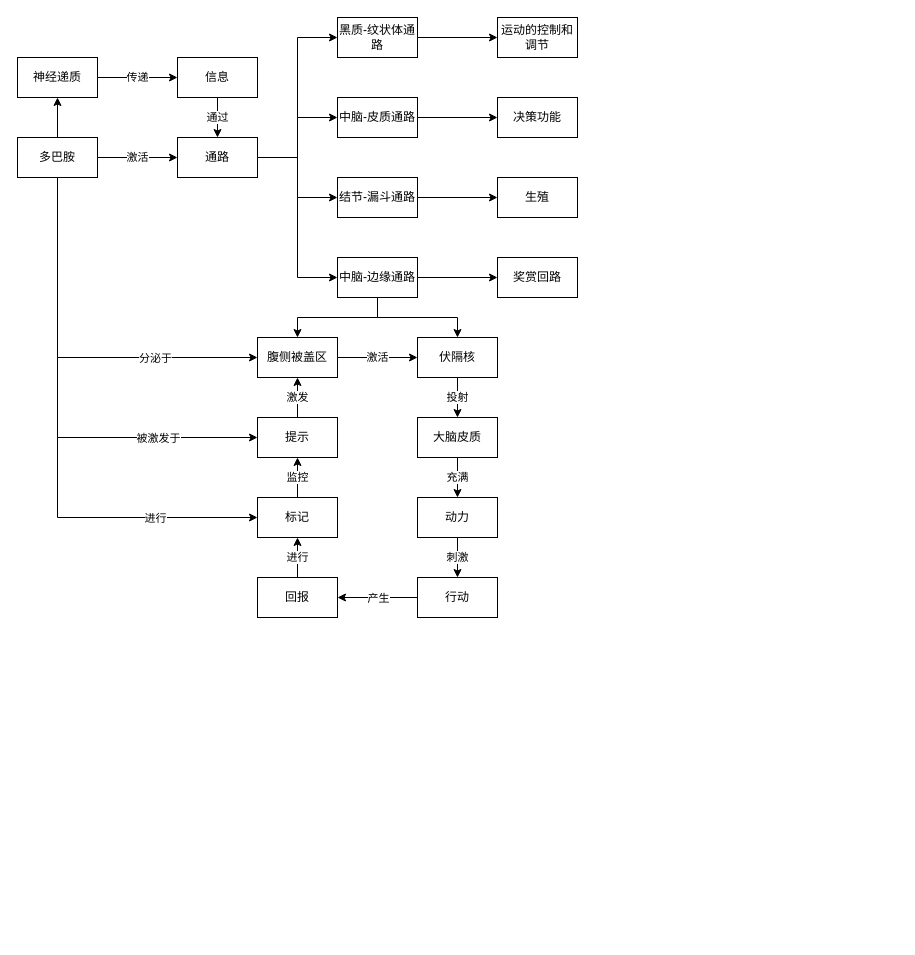
Before: 大脑原理-反馈.drawio in youyusan/open_mind, a draw.io diagram. Source tidied: cells renumbered, new cells numbered last; positions are measured from the earlier drawing's top-left corner, leaving out a move shared by most shapes. Both pictures are drawn from the tidied source at 100%, with x=0, y=0 at pixel (17, 17).
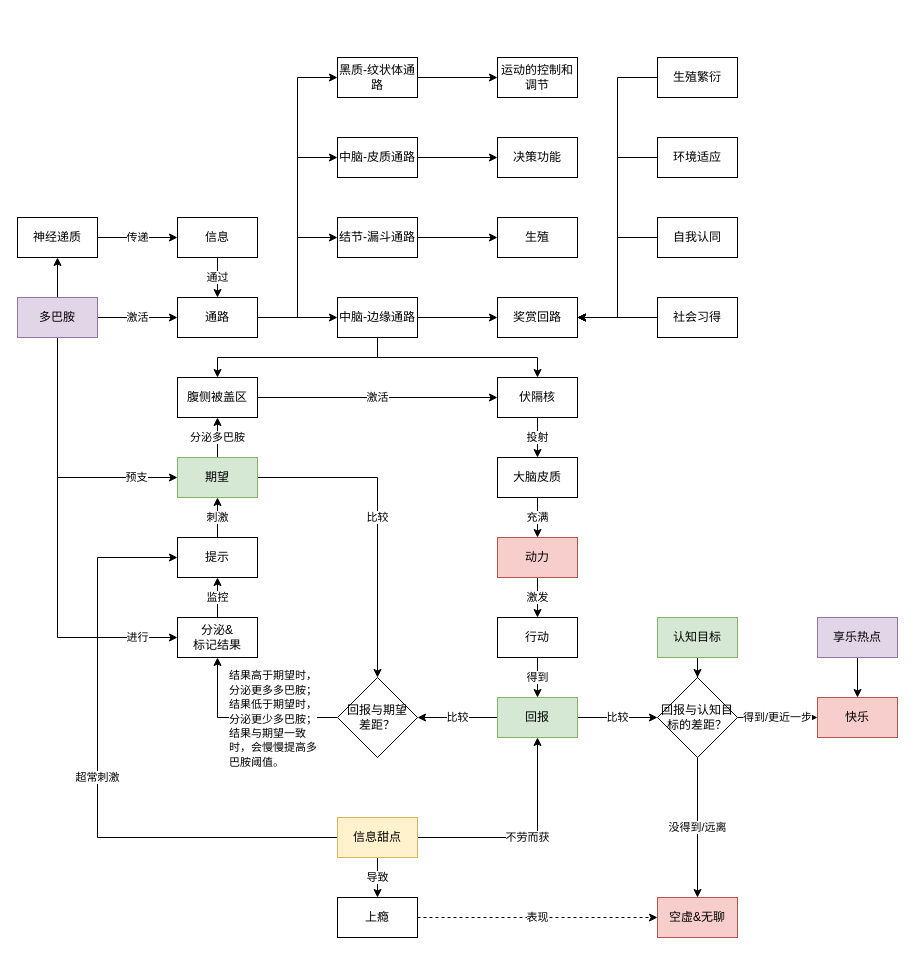
Above is the later version.

Commit message:
更新大脑原理-反馈.drawio

What changed in the source:
```diff
@@
-    <mxCell id="4" style="edgeStyle=orthogonalEdgeStyle;rounded=0;jettySize=auto;html=1;entryX=0;entryY=0.5;entryDx=0;entryDy=0;" parent="1" edge="1" source="10" target="35">
-      <mxGeometry relative="1" as="geometry">
-        <Array as="points">
-          <mxPoint x="40" y="340" />
-        </Array>
-      </mxGeometry>
-    </mxCell>
-    <mxCell id="5" value="分泌于" style="edgeLabel;html=1;align=center;verticalAlign=middle;" parent="4" vertex="1">
-      <mxGeometry x="0.46" relative="1" as="geometry" />
-    </mxCell>
+    <mxCell id="50" style="edgeStyle=orthogonalEdgeStyle;rounded=0;jettySize=auto;html=1;entryX=0;entryY=0.5;entryDx=0;entryDy=0;" parent="1" edge="1" source="10" target="69">
+      <mxGeometry relative="1" as="geometry">
+        <Array as="points">
+          <mxPoint x="40" y="460" />
+        </Array>
+      </mxGeometry>
+    </mxCell>
+    <mxCell id="51" value="预支" style="edgeLabel;html=1;align=center;verticalAlign=middle;" parent="50" vertex="1">
+      <mxGeometry x="0.71" y="-1" relative="1" as="geometry">
+        <mxPoint x="-4" y="-2" as="offset" />
+      </mxGeometry>
+    </mxCell>
     <mxCell id="6" style="edgeStyle=orthogonalEdgeStyle;rounded=0;jettySize=auto;html=1;entryX=0;entryY=0.5;entryDx=0;entryDy=0;" parent="1" edge="1" source="10" target="47">
       <mxGeometry relative="1" as="geometry">
         <Array as="points">
-          <mxPoint x="40" y="500" />
+          <mxPoint x="40" y="620" />
         </Array>
       </mxGeometry>
     </mxCell>
     <mxCell id="7" value="进行" style="edgeLabel;html=1;align=center;verticalAlign=middle;" parent="6" vertex="1">
-      <mxGeometry x="0.62" relative="1" as="geometry" />
+      <mxGeometry x="0.81" y="-1" relative="1" as="geometry">
+        <mxPoint x="-1" y="-2" as="offset" />
+      </mxGeometry>
     </mxCell>
-    <mxCell id="8" style="edgeStyle=orthogonalEdgeStyle;rounded=0;jettySize=auto;html=1;entryX=0;entryY=0.5;entryDx=0;entryDy=0;" parent="1" edge="1" source="10" target="49">
-      <mxGeometry relative="1" as="geometry">
-        <Array as="points">
-          <mxPoint x="40" y="420" />
-        </Array>
-      </mxGeometry>
-    </mxCell>
-    <mxCell id="9" value="被激发于" style="edgeLabel;html=1;align=center;verticalAlign=middle;" parent="8" vertex="1">
-      <mxGeometry x="0.56" relative="1" as="geometry">
-        <mxPoint x="1" as="offset" />
-      </mxGeometry>
-    </mxCell>
-    <mxCell id="10" value="多巴胺" style="rounded=0;whiteSpace=wrap;html=1;" parent="1" vertex="1">
-      <mxGeometry y="120" width="80" height="40" as="geometry" />
+    <mxCell id="10" value="多巴胺" style="rounded=0;whiteSpace=wrap;html=1;fillColor=#e1d5e7;strokeColor=#9673a6;" parent="1" vertex="1">
+      <mxGeometry y="280" width="80" height="40" as="geometry" />
     </mxCell>
@@
     <mxCell id="15" value="通路" style="rounded=0;whiteSpace=wrap;html=1;" parent="1" vertex="1">
-      <mxGeometry x="160" y="120" width="80" height="40" as="geometry" />
+      <mxGeometry x="160" y="280" width="80" height="40" as="geometry" />
     </mxCell>
@@
     <mxCell id="17" value="神经递质" style="rounded=0;whiteSpace=wrap;html=1;" parent="1" vertex="1">
-      <mxGeometry y="40" width="80" height="40" as="geometry" />
+      <mxGeometry y="200" width="80" height="40" as="geometry" />
     </mxCell>
@@
     <mxCell id="19" value="信息" style="rounded=0;whiteSpace=wrap;html=1;" parent="1" vertex="1">
-      <mxGeometry x="160" y="40" width="80" height="40" as="geometry" />
+      <mxGeometry x="160" y="200" width="80" height="40" as="geometry" />
     </mxCell>
@@
     <mxCell id="21" value="黑质-纹状体通路" style="rounded=0;whiteSpace=wrap;html=1;" parent="1" vertex="1">
-      <mxGeometry x="320" width="80" height="40" as="geometry" />
+      <mxGeometry x="320" y="40" width="80" height="40" as="geometry" />
     </mxCell>
@@
     <mxCell id="23" value="中脑-皮质通路" style="rounded=0;whiteSpace=wrap;html=1;" parent="1" vertex="1">
-      <mxGeometry x="320" y="80" width="80" height="40" as="geometry" />
+      <mxGeometry x="320" y="120" width="80" height="40" as="geometry" />
     </mxCell>
@@
     <mxCell id="25" value="结节-漏斗通路" style="rounded=0;whiteSpace=wrap;html=1;" parent="1" vertex="1">
-      <mxGeometry x="320" y="160" width="80" height="40" as="geometry" />
+      <mxGeometry x="320" y="200" width="80" height="40" as="geometry" />
     </mxCell>
@@
     <mxCell id="27" style="edgeStyle=orthogonalEdgeStyle;rounded=0;jettySize=auto;html=1;" parent="1" edge="1" source="29" target="35">
-      <mxGeometry relative="1" as="geometry" />
+      <mxGeometry relative="1" as="geometry">
+        <Array as="points">
+          <mxPoint x="360" y="340" />
+          <mxPoint x="200" y="340" />
+        </Array>
+      </mxGeometry>
     </mxCell>
     <mxCell id="28" style="edgeStyle=orthogonalEdgeStyle;rounded=0;jettySize=auto;html=1;" parent="1" edge="1" source="29" target="37">
-      <mxGeometry relative="1" as="geometry" />
+      <mxGeometry relative="1" as="geometry">
+        <Array as="points">
+          <mxPoint x="360" y="340" />
+          <mxPoint x="520" y="340" />
+        </Array>
+      </mxGeometry>
     </mxCell>
     <mxCell id="29" value="中脑-边缘通路" style="rounded=0;whiteSpace=wrap;html=1;" parent="1" vertex="1">
-      <mxGeometry x="320" y="240" width="80" height="40" as="geometry" />
+      <mxGeometry x="320" y="280" width="80" height="40" as="geometry" />
     </mxCell>
     <mxCell id="30" value="运动的控制和调节" style="rounded=0;whiteSpace=wrap;html=1;" parent="1" vertex="1">
-      <mxGeometry x="480" width="80" height="40" as="geometry" />
+      <mxGeometry x="480" y="40" width="80" height="40" as="geometry" />
     </mxCell>
     <mxCell id="31" value="决策功能" style="rounded=0;whiteSpace=wrap;html=1;" parent="1" vertex="1">
-      <mxGeometry x="480" y="80" width="80" height="40" as="geometry" />
+      <mxGeometry x="480" y="120" width="80" height="40" as="geometry" />
     </mxCell>
     <mxCell id="32" value="生殖" style="rounded=0;whiteSpace=wrap;html=1;" parent="1" vertex="1">
-      <mxGeometry x="480" y="160" width="80" height="40" as="geometry" />
+      <mxGeometry x="480" y="200" width="80" height="40" as="geometry" />
     </mxCell>
+    <mxCell id="52" style="edgeStyle=orthogonalEdgeStyle;rounded=0;jettySize=auto;html=1;entryX=0;entryY=0.5;entryDx=0;entryDy=0;startArrow=classic;startFill=1;endArrow=none;endFill=0;" parent="1" edge="1" source="33" target="58">
+      <mxGeometry relative="1" as="geometry" />
+    </mxCell>
+    <mxCell id="53" style="edgeStyle=orthogonalEdgeStyle;rounded=0;jettySize=auto;html=1;entryX=0;entryY=0.5;entryDx=0;entryDy=0;startArrow=classic;startFill=1;endArrow=none;endFill=0;" parent="1" edge="1" source="33" target="60">
+      <mxGeometry relative="1" as="geometry" />
+    </mxCell>
+    <mxCell id="54" style="edgeStyle=orthogonalEdgeStyle;rounded=0;jettySize=auto;html=1;entryX=0;entryY=0.5;entryDx=0;entryDy=0;startArrow=classic;startFill=1;endArrow=none;endFill=0;" parent="1" edge="1" source="33" target="59">
+      <mxGeometry relative="1" as="geometry" />
+    </mxCell>
+    <mxCell id="55" style="edgeStyle=orthogonalEdgeStyle;rounded=0;jettySize=auto;html=1;entryX=0;entryY=0.5;entryDx=0;entryDy=0;startArrow=classic;startFill=1;endArrow=none;endFill=0;" parent="1" edge="1" source="33" target="61">
+      <mxGeometry relative="1" as="geometry" />
+    </mxCell>
     <mxCell id="33" value="奖赏回路" style="rounded=0;whiteSpace=wrap;html=1;" parent="1" vertex="1">
-      <mxGeometry x="480" y="240" width="80" height="40" as="geometry" />
+      <mxGeometry x="480" y="280" width="80" height="40" as="geometry" />
     </mxCell>
@@
     <mxCell id="35" value="腹侧被盖区" style="rounded=0;whiteSpace=wrap;html=1;" parent="1" vertex="1">
-      <mxGeometry x="240" y="320" width="80" height="40" as="geometry" />
+      <mxGeometry x="160" y="360" width="80" height="40" as="geometry" />
     </mxCell>
@@
     <mxCell id="37" value="伏隔核" style="rounded=0;whiteSpace=wrap;html=1;" parent="1" vertex="1">
-      <mxGeometry x="400" y="320" width="80" height="40" as="geometry" />
+      <mxGeometry x="480" y="360" width="80" height="40" as="geometry" />
     </mxCell>
@@
     <mxCell id="39" value="大脑皮质" style="rounded=0;whiteSpace=wrap;html=1;" parent="1" vertex="1">
-      <mxGeometry x="400" y="400" width="80" height="40" as="geometry" />
+      <mxGeometry x="480" y="440" width="80" height="40" as="geometry" />
     </mxCell>
-    <mxCell id="40" value="刺激" style="edgeStyle=orthogonalEdgeStyle;rounded=0;jettySize=auto;html=1;" parent="1" edge="1" source="41" target="43">
+    <mxCell id="40" value="激发" style="edgeStyle=orthogonalEdgeStyle;rounded=0;jettySize=auto;html=1;" parent="1" edge="1" source="41" target="43">
       <mxGeometry relative="1" as="geometry" />
     </mxCell>
-    <mxCell id="41" value="动力" style="rounded=0;whiteSpace=wrap;html=1;" parent="1" vertex="1">
-      <mxGeometry x="400" y="480" width="80" height="40" as="geometry" />
+    <mxCell id="41" value="动力" style="rounded=0;whiteSpace=wrap;html=1;fillColor=#f8cecc;strokeColor=#b85450;" parent="1" vertex="1">
+      <mxGeometry x="480" y="520" width="80" height="40" as="geometry" />
     </mxCell>
-    <mxCell id="42" value="产生" style="edgeStyle=orthogonalEdgeStyle;rounded=0;jettySize=auto;html=1;entryX=1;entryY=0.5;entryDx=0;entryDy=0;" parent="1" edge="1" source="43">
-      <mxGeometry relative="1" as="geometry">
-        <mxPoint x="320" y="580" as="targetPoint" />
-      </mxGeometry>
-    </mxCell>
+    <mxCell id="56" value="得到" style="edgeStyle=orthogonalEdgeStyle;rounded=0;jettySize=auto;html=1;" parent="1" edge="1" source="43" target="45">
+      <mxGeometry relative="1" as="geometry" />
+    </mxCell>
     <mxCell id="43" value="行动" style="rounded=0;whiteSpace=wrap;html=1;" parent="1" vertex="1">
-      <mxGeometry x="400" y="560" width="80" height="40" as="geometry" />
+      <mxGeometry x="480" y="600" width="80" height="40" as="geometry" />
     </mxCell>
-    <mxCell id="44" value="进行" style="edgeStyle=orthogonalEdgeStyle;rounded=0;jettySize=auto;html=1;" parent="1" edge="1" source="45" target="47">
-      <mxGeometry relative="1" as="geometry" />
-    </mxCell>
-    <mxCell id="45" value="回报" style="rounded=0;whiteSpace=wrap;html=1;" parent="1" vertex="1">
-      <mxGeometry x="240" y="560" width="80" height="40" as="geometry" />
-    </mxCell>
@@
-    <mxCell id="47" value="标记" style="rounded=0;whiteSpace=wrap;html=1;" parent="1" vertex="1">
-      <mxGeometry x="240" y="480" width="80" height="40" as="geometry" />
+    <mxCell id="47" value="分泌&amp;amp;&lt;br&gt;标记结果" style="rounded=0;whiteSpace=wrap;html=1;" parent="1" vertex="1">
+      <mxGeometry x="160" y="600" width="80" height="40" as="geometry" />
     </mxCell>
-    <mxCell id="48" value="激发" style="edgeStyle=orthogonalEdgeStyle;rounded=0;jettySize=auto;html=1;" parent="1" edge="1" source="49" target="35">
-      <mxGeometry relative="1" as="geometry" />
-    </mxCell>
+    <mxCell id="57" value="刺激" style="edgeStyle=orthogonalEdgeStyle;rounded=0;jettySize=auto;html=1;" parent="1" edge="1" source="49" target="69">
+      <mxGeometry relative="1" as="geometry" />
+    </mxCell>
     <mxCell id="49" value="提示" style="rounded=0;whiteSpace=wrap;html=1;" parent="1" vertex="1">
-      <mxGeometry x="240" y="400" width="80" height="40" as="geometry" />
+      <mxGeometry x="160" y="520" width="80" height="40" as="geometry" />
     </mxCell>
+    <mxCell id="58" value="生殖繁衍" style="rounded=0;whiteSpace=wrap;html=1;" parent="1" vertex="1">
+      <mxGeometry x="640" y="40" width="80" height="40" as="geometry" />
+    </mxCell>
+    <mxCell id="59" value="自我认同" style="rounded=0;whiteSpace=wrap;html=1;" parent="1" vertex="1">
+      <mxGeometry x="640" y="200" width="80" height="40" as="geometry" />
+    </mxCell>
+    <mxCell id="60" value="环境适应" style="rounded=0;whiteSpace=wrap;html=1;" parent="1" vertex="1">
+      <mxGeometry x="640" y="120" width="80" height="40" as="geometry" />
+    </mxCell>
+    <mxCell id="61" value="社会习得" style="rounded=0;whiteSpace=wrap;html=1;" parent="1" vertex="1">
+      <mxGeometry x="640" y="280" width="80" height="40" as="geometry" />
+    </mxCell>
+    <mxCell id="62" style="edgeStyle=orthogonalEdgeStyle;rounded=0;jettySize=auto;html=1;" parent="1" edge="1" source="63" target="64">
+      <mxGeometry relative="1" as="geometry" />
+    </mxCell>
+    <mxCell id="63" value="享乐热点" style="rounded=0;whiteSpace=wrap;html=1;fillColor=#e1d5e7;strokeColor=#9673a6;" parent="1" vertex="1">
+      <mxGeometry x="800" y="600" width="80" height="40" as="geometry" />
+    </mxCell>
+    <mxCell id="64" value="快乐" style="rounded=0;whiteSpace=wrap;html=1;fillColor=#f8cecc;strokeColor=#b85450;" parent="1" vertex="1">
+      <mxGeometry x="800" y="680" width="80" height="40" as="geometry" />
+    </mxCell>
+    <mxCell id="65" style="edgeStyle=orthogonalEdgeStyle;rounded=0;jettySize=auto;html=1;" parent="1" edge="1" source="66" target="77">
+      <mxGeometry relative="1" as="geometry" />
+    </mxCell>
+    <mxCell id="66" value="认知目标" style="rounded=0;whiteSpace=wrap;html=1;fillColor=#d5e8d4;strokeColor=#82b366;" parent="1" vertex="1">
+      <mxGeometry x="640" y="600" width="80" height="40" as="geometry" />
+    </mxCell>
+    <mxCell id="67" value="分泌多巴胺" style="edgeStyle=orthogonalEdgeStyle;rounded=0;jettySize=auto;html=1;" parent="1" edge="1" source="69" target="35">
+      <mxGeometry relative="1" as="geometry" />
+    </mxCell>
+    <mxCell id="68" value="比较" style="edgeStyle=orthogonalEdgeStyle;rounded=0;jettySize=auto;html=1;entryX=0.5;entryY=0;entryDx=0;entryDy=0;" parent="1" edge="1" source="69" target="73">
+      <mxGeometry relative="1" as="geometry" />
+    </mxCell>
+    <mxCell id="69" value="期望" style="rounded=0;whiteSpace=wrap;html=1;fillColor=#d5e8d4;strokeColor=#82b366;" parent="1" vertex="1">
+      <mxGeometry x="160" y="440" width="80" height="40" as="geometry" />
+    </mxCell>
+    <mxCell id="70" value="比较" style="edgeStyle=orthogonalEdgeStyle;rounded=0;jettySize=auto;html=1;entryX=1;entryY=0.5;entryDx=0;entryDy=0;" parent="1" edge="1" source="45" target="73">
+      <mxGeometry relative="1" as="geometry" />
+    </mxCell>
+    <mxCell id="71" value="比较" style="edgeStyle=orthogonalEdgeStyle;rounded=0;jettySize=auto;html=1;" parent="1" edge="1" source="45" target="77">
+      <mxGeometry relative="1" as="geometry" />
+    </mxCell>
+    <mxCell id="45" value="回报" style="rounded=0;whiteSpace=wrap;html=1;fillColor=#d5e8d4;strokeColor=#82b366;" parent="1" vertex="1">
+      <mxGeometry x="480" y="680" width="80" height="40" as="geometry" />
+    </mxCell>
+    <mxCell id="72" style="edgeStyle=orthogonalEdgeStyle;rounded=0;jettySize=auto;html=1;" parent="1" edge="1" source="73" target="47">
+      <mxGeometry x="0.33" y="32" relative="1" as="geometry">
+        <mxPoint x="2" y="10" as="offset" />
+      </mxGeometry>
+    </mxCell>
+    <mxCell id="73" value="回报与期望&lt;br&gt;差距？" style="rhombus;whiteSpace=wrap;html=1;" parent="1" vertex="1">
+      <mxGeometry x="320" y="660" width="80" height="80" as="geometry" />
+    </mxCell>
+    <mxCell id="74" value="&lt;br style=&quot;border-color: var(--border-color); color: rgb(0, 0, 0); font-family: Helvetica; font-size: 11px; font-style: normal; font-variant-ligatures: normal; font-variant-caps: normal; font-weight: 400; letter-spacing: normal; orphans: 2; text-align: center; text-indent: 0px; text-transform: none; widows: 2; word-spacing: 0px; -webkit-text-stroke-width: 0px; text-decoration-thickness: initial; text-decoration-style: initial; text-decoration-color: initial;&quot;&gt;&lt;span style=&quot;border-color: var(--border-color); color: rgb(0, 0, 0); font-family: Helvetica; font-size: 11px; font-style: normal; font-variant-ligatures: normal; font-variant-caps: normal; font-weight: 400; letter-spacing: normal; orphans: 2; text-align: center; text-indent: 0px; text-transform: none; widows: 2; word-spacing: 0px; -webkit-text-stroke-width: 0px; background-color: rgb(255, 255, 255); text-decoration-thickness: initial; text-decoration-style: initial; text-decoration-color: initial; float: none; display: inline !important;&quot;&gt;结果高于期望时，分泌更多多巴胺；&lt;/span&gt;&lt;br style=&quot;border-color: var(--border-color); color: rgb(0, 0, 0); font-family: Helvetica; font-size: 11px; font-style: normal; font-variant-ligatures: normal; font-variant-caps: normal; font-weight: 400; letter-spacing: normal; orphans: 2; text-align: center; text-indent: 0px; text-transform: none; widows: 2; word-spacing: 0px; -webkit-text-stroke-width: 0px; text-decoration-thickness: initial; text-decoration-style: initial; text-decoration-color: initial;&quot;&gt;&lt;span style=&quot;border-color: var(--border-color); color: rgb(0, 0, 0); font-family: Helvetica; font-size: 11px; font-style: normal; font-variant-ligatures: normal; font-variant-caps: normal; font-weight: 400; letter-spacing: normal; orphans: 2; text-align: center; text-indent: 0px; text-transform: none; widows: 2; word-spacing: 0px; -webkit-text-stroke-width: 0px; background-color: rgb(255, 255, 255); text-decoration-thickness: initial; text-decoration-style: initial; text-decoration-color: initial; float: none; display: inline !important;&quot;&gt;结果低于期望时，分泌更少多巴胺；&lt;/span&gt;&lt;br style=&quot;border-color: var(--border-color); color: rgb(0, 0, 0); font-family: Helvetica; font-size: 11px; font-style: normal; font-variant-ligatures: normal; font-variant-caps: normal; font-weight: 400; letter-spacing: normal; orphans: 2; text-align: center; text-indent: 0px; text-transform: none; widows: 2; word-spacing: 0px; -webkit-text-stroke-width: 0px; text-decoration-thickness: initial; text-decoration-style: initial; text-decoration-color: initial;&quot;&gt;&lt;span style=&quot;border-color: var(--border-color); color: rgb(0, 0, 0); font-family: Helvetica; font-size: 11px; font-style: normal; font-variant-ligatures: normal; font-variant-caps: normal; font-weight: 400; letter-spacing: normal; orphans: 2; text-align: center; text-indent: 0px; text-transform: none; widows: 2; word-spacing: 0px; -webkit-text-stroke-width: 0px; background-color: rgb(255, 255, 255); text-decoration-thickness: initial; text-decoration-style: initial; text-decoration-color: initial; float: none; display: inline !important;&quot;&gt;结果与期望一致时，会慢慢提高多巴胺阈值。&lt;/span&gt;" style="text;whiteSpace=wrap;html=1;" parent="1" vertex="1">
+      <mxGeometry x="210" y="630" width="100" height="80" as="geometry" />
+    </mxCell>
+    <mxCell id="75" value="得到/更近一步" style="edgeStyle=orthogonalEdgeStyle;rounded=0;jettySize=auto;html=1;entryX=0;entryY=0.5;entryDx=0;entryDy=0;" parent="1" edge="1" source="77" target="64">
+      <mxGeometry relative="1" as="geometry" />
+    </mxCell>
+    <mxCell id="76" value="没得到/远离" style="edgeStyle=orthogonalEdgeStyle;rounded=0;jettySize=auto;html=1;" parent="1" edge="1" source="77" target="84">
+      <mxGeometry relative="1" as="geometry" />
+    </mxCell>
+    <mxCell id="77" value="回报与认知目标的差距？" style="rhombus;whiteSpace=wrap;html=1;" parent="1" vertex="1">
+      <mxGeometry x="640" y="660" width="80" height="80" as="geometry" />
+    </mxCell>
+    <mxCell id="78" value="不劳而获" style="edgeStyle=orthogonalEdgeStyle;rounded=0;jettySize=auto;html=1;entryX=0.5;entryY=1;entryDx=0;entryDy=0;" parent="1" edge="1" source="81" target="45">
+      <mxGeometry relative="1" as="geometry" />
+    </mxCell>
+    <mxCell id="79" value="超常刺激" style="edgeStyle=orthogonalEdgeStyle;rounded=0;jettySize=auto;html=1;entryX=0;entryY=0.5;entryDx=0;entryDy=0;" parent="1" edge="1" source="81" target="49">
+      <mxGeometry relative="1" as="geometry">
+        <Array as="points">
+          <mxPoint x="80" y="820" />
+          <mxPoint x="80" y="540" />
+        </Array>
+      </mxGeometry>
+    </mxCell>
+    <mxCell id="80" value="导致" style="edgeStyle=orthogonalEdgeStyle;rounded=0;jettySize=auto;html=1;" parent="1" edge="1" source="81" target="83">
+      <mxGeometry relative="1" as="geometry" />
+    </mxCell>
+    <mxCell id="81" value="信息甜点" style="rounded=0;whiteSpace=wrap;html=1;fillColor=#fff2cc;strokeColor=#d6b656;" parent="1" vertex="1">
+      <mxGeometry x="320" y="800" width="80" height="40" as="geometry" />
+    </mxCell>
+    <mxCell id="82" value="表现" style="edgeStyle=orthogonalEdgeStyle;rounded=0;jettySize=auto;html=1;dashed=1;" parent="1" edge="1" source="83" target="84">
+      <mxGeometry relative="1" as="geometry" />
+    </mxCell>
+    <mxCell id="83" value="上瘾" style="rounded=0;whiteSpace=wrap;html=1;" parent="1" vertex="1">
+      <mxGeometry x="320" y="880" width="80" height="40" as="geometry" />
+    </mxCell>
+    <mxCell id="84" value="空虚&amp;amp;无聊" style="rounded=0;whiteSpace=wrap;html=1;fillColor=#f8cecc;strokeColor=#b85450;" parent="1" vertex="1">
+      <mxGeometry x="640" y="880" width="80" height="40" as="geometry" />
+    </mxCell>
```
